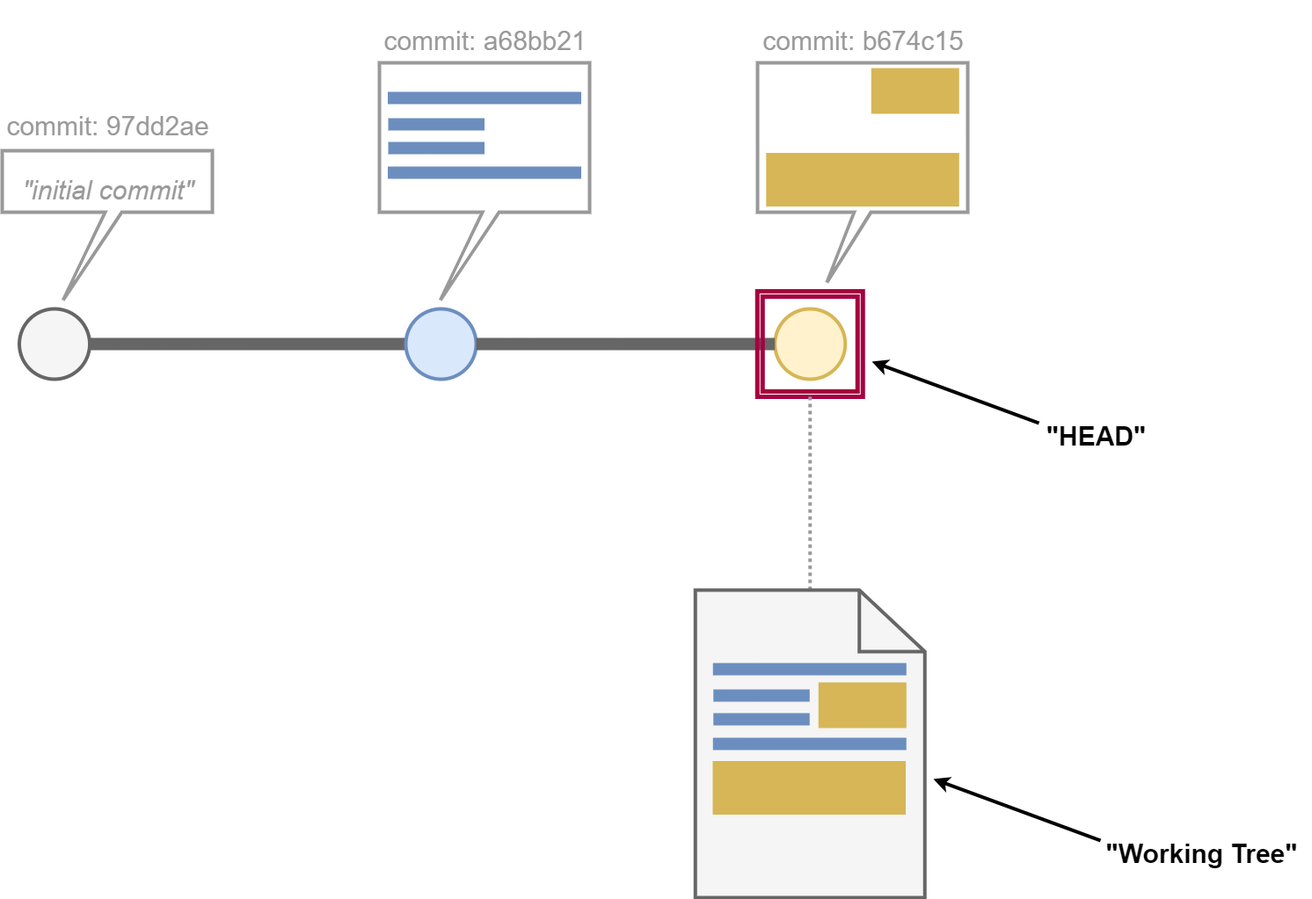
Earlier version of the draw.io export img/what_is_git_video/7_graph_head.drawio.png (SheCodesAus/what_is_git). Source tidied: cells renumbered, new cells last; positions are measured from the earlier drawing's top-left corner, leaving out a move shared by most shapes.
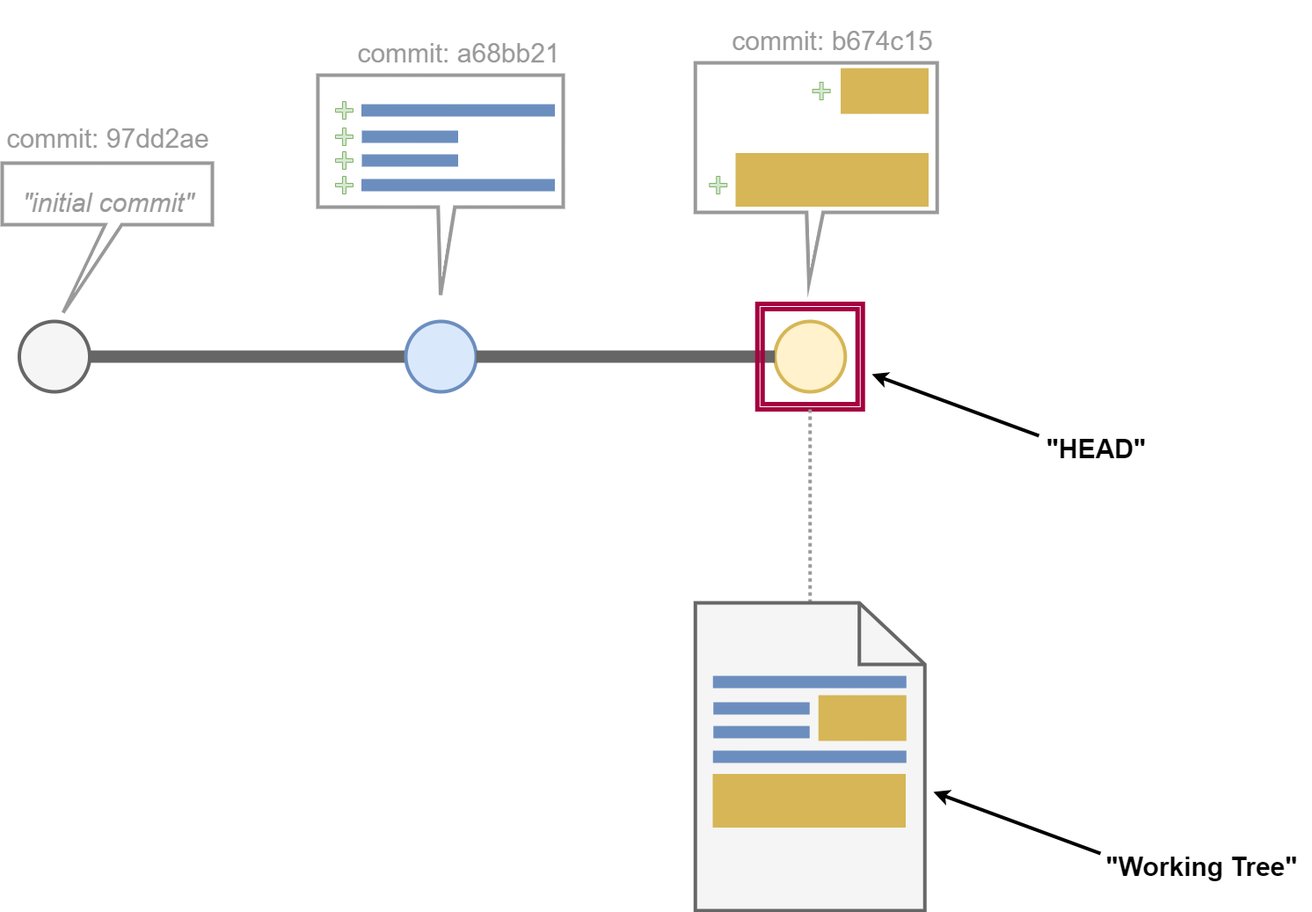
After the commit.

The edit, as a diff of the source:
```diff
@@ -2,30 +2,6 @@
   <root>
     <mxCell id="0" />
     <mxCell id="1" parent="0" />
-    <mxCell id="2" style="shape=callout;whiteSpace=wrap;html=1;perimeter=calloutPerimeter;strokeWidth=4;base=19;size=80;position=0.46;position2=0.33;strokeColor=#999999;" parent="1" vertex="1">
-      <mxGeometry x="859" y="60" width="239" height="250" as="geometry" />
-    </mxCell>
-    <mxCell id="3" style="shape=callout;whiteSpace=wrap;html=1;perimeter=calloutPerimeter;strokeWidth=4;base=19;size=100;position=0.49;position2=0.29;strokeColor=#999999;" parent="1" vertex="1">
-      <mxGeometry x="429" y="60" width="239" height="270" as="geometry" />
-    </mxCell>
-    <mxCell id="4" style="verticalLabelPosition=bottom;shadow=0;dashed=0;align=center;html=1;verticalAlign=top;strokeWidth=14;shape=mxgraph.mockup.markup.line;strokeColor=#6c8ebf;fillColor=#dae8fc;" parent="1" vertex="1">
-      <mxGeometry x="438.5" y="90" width="220" height="20" as="geometry" />
-    </mxCell>
-    <mxCell id="5" style="verticalLabelPosition=bottom;shadow=0;dashed=0;align=center;html=1;verticalAlign=top;strokeWidth=14;shape=mxgraph.mockup.markup.line;strokeColor=#6c8ebf;fillColor=#dae8fc;" parent="1" vertex="1">
-      <mxGeometry x="439" y="120" width="109.5" height="20" as="geometry" />
-    </mxCell>
-    <mxCell id="6" style="verticalLabelPosition=bottom;shadow=0;dashed=0;align=center;html=1;verticalAlign=top;strokeWidth=14;shape=mxgraph.mockup.markup.line;strokeColor=#6c8ebf;fillColor=#dae8fc;" parent="1" vertex="1">
-      <mxGeometry x="439" y="147" width="109.5" height="20" as="geometry" />
-    </mxCell>
-    <mxCell id="7" style="verticalLabelPosition=bottom;shadow=0;dashed=0;align=center;html=1;verticalAlign=top;strokeWidth=14;shape=mxgraph.mockup.markup.line;strokeColor=#6c8ebf;fillColor=#dae8fc;" parent="1" vertex="1">
-      <mxGeometry x="438.5" y="175" width="220" height="20" as="geometry" />
-    </mxCell>
-    <mxCell id="8" style="verticalLabelPosition=bottom;shadow=0;dashed=0;align=center;html=1;verticalAlign=top;strokeWidth=61;shape=mxgraph.mockup.markup.line;strokeColor=#d6b656;fillColor=#fff2cc;" parent="1" vertex="1">
-      <mxGeometry x="868.8" y="183" width="219.5" height="20" as="geometry" />
-    </mxCell>
-    <mxCell id="9" style="verticalLabelPosition=bottom;shadow=0;dashed=0;align=center;html=1;verticalAlign=top;strokeWidth=52;shape=mxgraph.mockup.markup.line;strokeColor=#d6b656;fillColor=#fff2cc;" parent="1" vertex="1">
-      <mxGeometry x="988.2" y="82" width="100" height="20" as="geometry" />
-    </mxCell>
     <mxCell id="10" style="ellipse;whiteSpace=wrap;html=1;strokeWidth=4;fillColor=#f5f5f5;fontColor=#333333;strokeColor=#666666;" parent="1" vertex="1">
       <mxGeometry x="19.5" y="340" width="80" height="80" as="geometry" />
     </mxCell>
@@ -95,11 +71,53 @@
     <mxCell id="30" value="&lt;span style=&quot;font-weight: normal;&quot;&gt;&lt;font style=&quot;&quot; color=&quot;#999999&quot;&gt;&lt;span style=&quot;font-size: 30px;&quot;&gt;commit:&amp;nbsp;&lt;/span&gt;&lt;span style=&quot;text-align: left;&quot;&gt;&lt;font style=&quot;font-size: 30px;&quot;&gt;97dd2ae&lt;/font&gt;&lt;/span&gt;&lt;/font&gt;&lt;/span&gt;" style="text;strokeColor=none;fillColor=none;html=1;fontSize=60;fontStyle=1;verticalAlign=middle;align=center;" parent="1" vertex="1">
       <mxGeometry x="44.9" y="97" width="150.2" height="50" as="geometry" />
     </mxCell>
+    <mxCell id="32" style="shape=callout;whiteSpace=wrap;html=1;perimeter=calloutPerimeter;strokeWidth=4;base=19;size=80;position=0.46;position2=0.47;strokeColor=#999999;" parent="1" vertex="1">
+      <mxGeometry x="788.2" y="46" width="275" height="250" as="geometry" />
+    </mxCell>
+    <mxCell id="33" style="shape=callout;whiteSpace=wrap;html=1;perimeter=calloutPerimeter;strokeWidth=4;base=19;size=100;position=0.49;position2=0.5;strokeColor=#999999;" parent="1" vertex="1">
+      <mxGeometry x="359" y="60" width="279" height="250" as="geometry" />
+    </mxCell>
+    <mxCell id="34" style="verticalLabelPosition=bottom;shadow=0;dashed=0;align=center;html=1;verticalAlign=top;strokeWidth=14;shape=mxgraph.mockup.markup.line;strokeColor=#6c8ebf;fillColor=#dae8fc;" parent="1" vertex="1">
+      <mxGeometry x="408.5" y="90" width="220" height="20" as="geometry" />
+    </mxCell>
+    <mxCell id="35" style="verticalLabelPosition=bottom;shadow=0;dashed=0;align=center;html=1;verticalAlign=top;strokeWidth=14;shape=mxgraph.mockup.markup.line;strokeColor=#6c8ebf;fillColor=#dae8fc;" parent="1" vertex="1">
+      <mxGeometry x="409" y="120" width="109.5" height="20" as="geometry" />
+    </mxCell>
+    <mxCell id="36" style="verticalLabelPosition=bottom;shadow=0;dashed=0;align=center;html=1;verticalAlign=top;strokeWidth=14;shape=mxgraph.mockup.markup.line;strokeColor=#6c8ebf;fillColor=#dae8fc;" parent="1" vertex="1">
+      <mxGeometry x="409" y="147" width="109.5" height="20" as="geometry" />
+    </mxCell>
+    <mxCell id="37" style="verticalLabelPosition=bottom;shadow=0;dashed=0;align=center;html=1;verticalAlign=top;strokeWidth=14;shape=mxgraph.mockup.markup.line;strokeColor=#6c8ebf;fillColor=#dae8fc;" parent="1" vertex="1">
+      <mxGeometry x="408.5" y="175" width="220" height="20" as="geometry" />
+    </mxCell>
+    <mxCell id="38" style="verticalLabelPosition=bottom;shadow=0;dashed=0;align=center;html=1;verticalAlign=top;strokeWidth=61;shape=mxgraph.mockup.markup.line;strokeColor=#d6b656;fillColor=#fff2cc;" parent="1" vertex="1">
+      <mxGeometry x="834" y="169" width="219.5" height="20" as="geometry" />
+    </mxCell>
+    <mxCell id="39" style="verticalLabelPosition=bottom;shadow=0;dashed=0;align=center;html=1;verticalAlign=top;strokeWidth=52;shape=mxgraph.mockup.markup.line;strokeColor=#d6b656;fillColor=#fff2cc;" parent="1" vertex="1">
+      <mxGeometry x="953.5" y="68" width="100" height="20" as="geometry" />
+    </mxCell>
     <mxCell id="31" value="&lt;div style=&quot;text-align: left;&quot;&gt;&lt;span style=&quot;background-color: initial; font-weight: normal;&quot;&gt;&lt;font color=&quot;#999999&quot;&gt;&lt;span style=&quot;font-size: 30px;&quot;&gt;commit:&amp;nbsp;&lt;/span&gt;&lt;/font&gt;&lt;/span&gt;&lt;span style=&quot;background-color: initial; font-size: 30px; font-weight: 400;&quot;&gt;&lt;font color=&quot;#999999&quot;&gt;a68bb21&lt;/font&gt;&lt;/span&gt;&lt;/div&gt;" style="text;strokeColor=none;fillColor=none;html=1;fontSize=60;fontStyle=1;verticalAlign=middle;align=center;" parent="1" vertex="1">
-      <mxGeometry x="473.4" width="150.2" height="50" as="geometry" />
+      <mxGeometry x="443.4" width="150.2" height="50" as="geometry" />
     </mxCell>
-    <mxCell id="32" value="&lt;div style=&quot;text-align: left;&quot;&gt;&lt;span style=&quot;background-color: initial; font-weight: normal;&quot;&gt;&lt;font color=&quot;#999999&quot;&gt;&lt;span style=&quot;font-size: 30px;&quot;&gt;commit:&amp;nbsp;&lt;/span&gt;&lt;/font&gt;&lt;/span&gt;&lt;span style=&quot;color: rgb(153, 153, 153); background-color: initial; font-size: 30px; font-weight: 400;&quot;&gt;b674c15&lt;/span&gt;&lt;/div&gt;" style="text;strokeColor=none;fillColor=none;html=1;fontSize=60;fontStyle=1;verticalAlign=middle;align=center;" parent="1" vertex="1">
-      <mxGeometry x="903.4" width="150.2" height="50" as="geometry" />
-    </mxCell>
+    <mxCell id="40" value="&lt;div style=&quot;text-align: left;&quot;&gt;&lt;span style=&quot;background-color: initial; font-weight: normal;&quot;&gt;&lt;font color=&quot;#999999&quot;&gt;&lt;span style=&quot;font-size: 30px;&quot;&gt;commit:&amp;nbsp;&lt;/span&gt;&lt;/font&gt;&lt;/span&gt;&lt;span style=&quot;color: rgb(153, 153, 153); background-color: initial; font-size: 30px; font-weight: 400;&quot;&gt;b674c15&lt;/span&gt;&lt;/div&gt;" style="text;strokeColor=none;fillColor=none;html=1;fontSize=60;fontStyle=1;verticalAlign=middle;align=center;" parent="1" vertex="1">
+      <mxGeometry x="868.6" y="-14" width="150.2" height="50" as="geometry" />
+    </mxCell>
+    <mxCell id="41" style="shape=cross;whiteSpace=wrap;html=1;fillColor=#d5e8d4;strokeColor=#82b366;" parent="1" vertex="1">
+      <mxGeometry x="921.6" y="68" width="20" height="20" as="geometry" />
+    </mxCell>
+    <mxCell id="42" style="shape=cross;whiteSpace=wrap;html=1;fillColor=#d5e8d4;strokeColor=#82b366;" parent="1" vertex="1">
+      <mxGeometry x="804.2" y="175" width="20" height="20" as="geometry" />
+    </mxCell>
+    <mxCell id="43" style="shape=cross;whiteSpace=wrap;html=1;fillColor=#d5e8d4;strokeColor=#82b366;" parent="1" vertex="1">
+      <mxGeometry x="379" y="90" width="20" height="20" as="geometry" />
+    </mxCell>
+    <mxCell id="44" style="shape=cross;whiteSpace=wrap;html=1;fillColor=#d5e8d4;strokeColor=#82b366;" parent="1" vertex="1">
+      <mxGeometry x="379" y="120" width="20" height="20" as="geometry" />
+    </mxCell>
+    <mxCell id="45" style="shape=cross;whiteSpace=wrap;html=1;fillColor=#d5e8d4;strokeColor=#82b366;" parent="1" vertex="1">
+      <mxGeometry x="379" y="147" width="20" height="20" as="geometry" />
+    </mxCell>
+    <mxCell id="46" style="shape=cross;whiteSpace=wrap;html=1;fillColor=#d5e8d4;strokeColor=#82b366;" parent="1" vertex="1">
+      <mxGeometry x="379" y="175" width="20" height="20" as="geometry" />
+    </mxCell>
   </root>
 </mxGraphModel>
```
